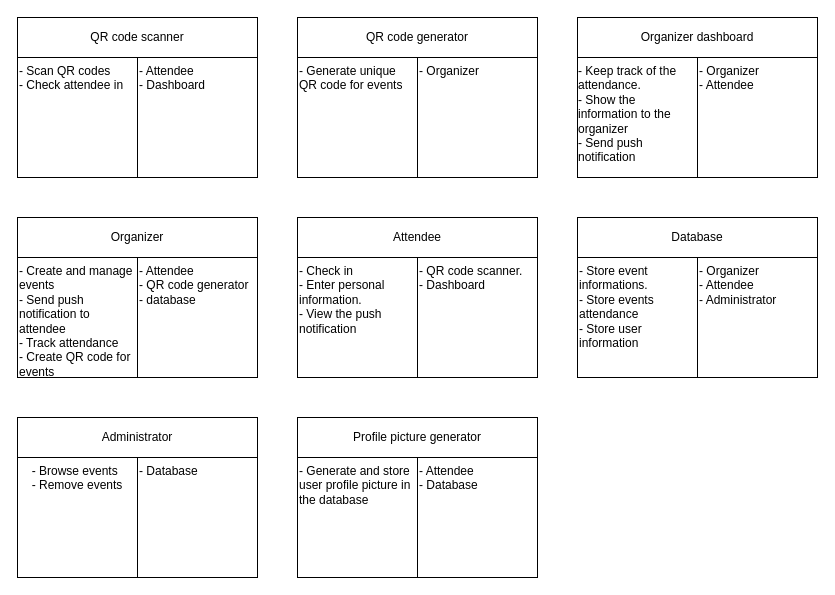
Earlier version of the draw.io diagram CRC.drawio (CMPUT301W24T20/Lins-Second-Strongest-Students). Source tidied: cells renumbered, new cells numbered last; positions are measured from the earlier drawing's top-left corner, leaving out a move shared by most shapes. Both pictures are drawn from the tidied source at 100%, with x=0, y=0 at pixel (17, 17).
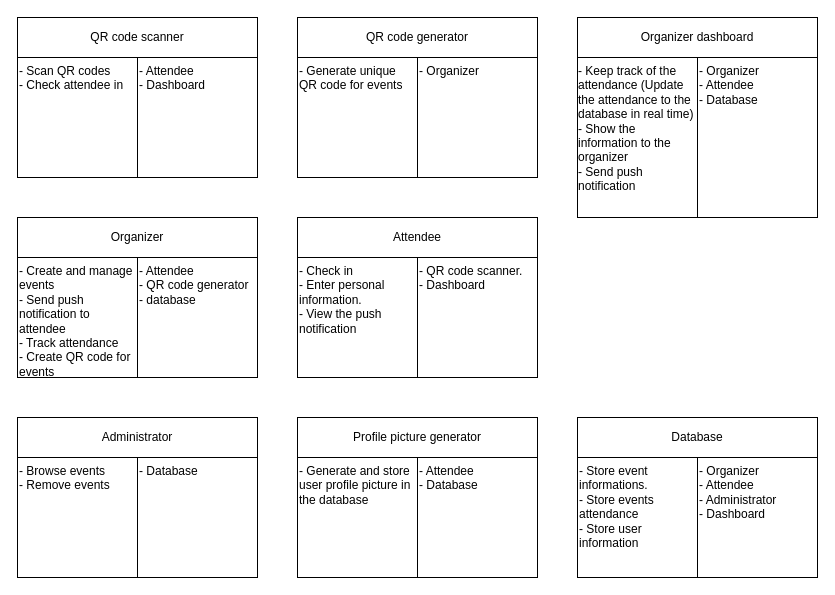
The same diagram, later.

The change refers to these unchanged cells:
```xml
<mxCell id="18" style="group;" parent="1" vertex="1">
  <mxGeometry y="400" width="240" height="160" as="geometry" />
</mxCell>
```

The edit, as a diff of the source:
```diff
@@
-    <mxCell id="20" value="&lt;div style=&quot;text-align: left;&quot;&gt;- Browse events&lt;/div&gt;&lt;div style=&quot;text-align: left;&quot;&gt;- Remove events&lt;/div&gt;" style="rounded=0;whiteSpace=wrap;html=1;verticalAlign=top;" parent="18" vertex="1">
+    <mxCell id="20" value="&lt;div style=&quot;&quot;&gt;- Browse events&lt;/div&gt;&lt;div style=&quot;&quot;&gt;- Remove events&lt;/div&gt;" style="rounded=0;whiteSpace=wrap;html=1;verticalAlign=top;align=left;" parent="18" vertex="1">
       <mxGeometry y="40" width="120" height="120" as="geometry" />
     </mxCell>
@@
     <mxCell id="26" style="group;align=left;verticalAlign=top;horizontal=0;" parent="1" vertex="1">
-      <mxGeometry x="560" width="240" height="160" as="geometry" />
+      <mxGeometry x="560" width="240" height="240" as="geometry" />
     </mxCell>
@@
-    <mxCell id="28" value="&lt;div style=&quot;text-align: left;&quot;&gt;- Keep track of the attendance.&lt;/div&gt;&lt;div style=&quot;text-align: left;&quot;&gt;- Show the information to the organizer&lt;/div&gt;&lt;div style=&quot;text-align: left;&quot;&gt;- Send push notification&lt;/div&gt;" style="rounded=0;whiteSpace=wrap;html=1;verticalAlign=top;" parent="26" vertex="1">
-      <mxGeometry y="40" width="120" height="120" as="geometry" />
+    <mxCell id="28" value="&lt;div style=&quot;text-align: left;&quot;&gt;- Keep track of the attendance (Update the attendance to the database in real time)&lt;/div&gt;&lt;div style=&quot;text-align: left;&quot;&gt;- Show the information to the organizer&lt;/div&gt;&lt;div style=&quot;text-align: left;&quot;&gt;- Send push notification&lt;/div&gt;" style="rounded=0;whiteSpace=wrap;html=1;verticalAlign=top;" parent="26" vertex="1">
+      <mxGeometry y="40" width="120" height="160" as="geometry" />
     </mxCell>
-    <mxCell id="29" value="&lt;div style=&quot;&quot;&gt;- Organizer&lt;/div&gt;- Attendee" style="rounded=0;whiteSpace=wrap;html=1;align=left;horizontal=1;verticalAlign=top;" parent="26" vertex="1">
-      <mxGeometry x="120" y="40" width="120" height="120" as="geometry" />
+    <mxCell id="29" value="&lt;div style=&quot;&quot;&gt;- Organizer&lt;/div&gt;- Attendee&lt;br&gt;- Database&amp;nbsp;" style="rounded=0;whiteSpace=wrap;html=1;align=left;horizontal=1;verticalAlign=top;" parent="26" vertex="1">
+      <mxGeometry x="120" y="40" width="120" height="160" as="geometry" />
     </mxCell>
     <mxCell id="30" style="group;" parent="1" vertex="1">
-      <mxGeometry x="560" y="200" width="240" height="160" as="geometry" />
+      <mxGeometry x="560" y="400" width="240" height="160" as="geometry" />
     </mxCell>
@@
-    <mxCell id="33" value="- Organizer&lt;br&gt;- Attendee&lt;br&gt;- Administrator&amp;nbsp;" style="rounded=0;whiteSpace=wrap;html=1;align=left;verticalAlign=top;" parent="30" vertex="1">
+    <mxCell id="33" value="- Organizer&lt;br&gt;- Attendee&lt;br&gt;- Administrator&lt;br&gt;- Dashboard &amp;nbsp;" style="rounded=0;whiteSpace=wrap;html=1;align=left;verticalAlign=top;" parent="30" vertex="1">
       <mxGeometry x="120" y="40" width="120" height="120" as="geometry" />
     </mxCell>
```
